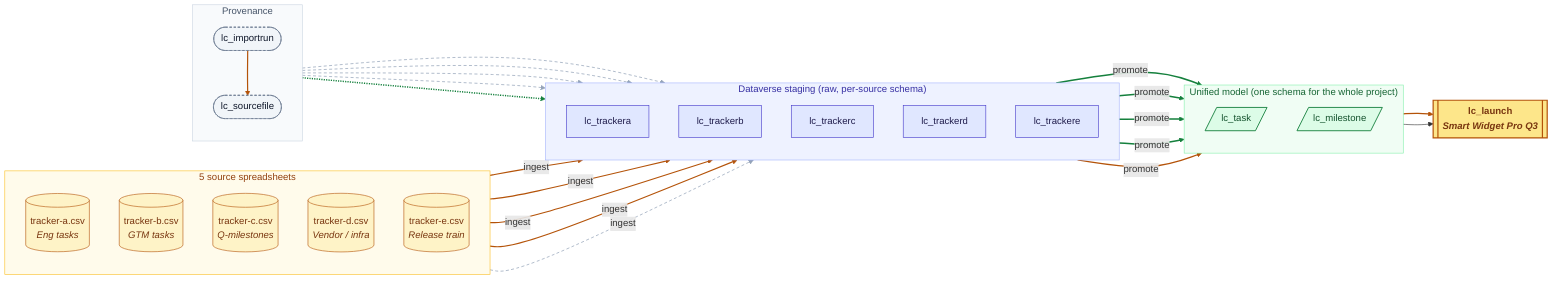
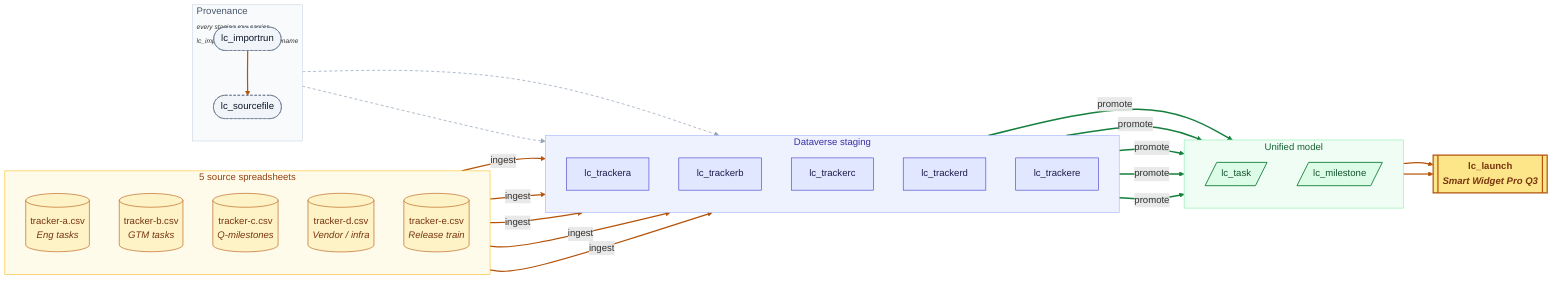
flowchart LR

    %% ---------- CSV sources ----------
    subgraph CSVS["5 source spreadsheets"]
        direction TB
        ca[("tracker-a.csv<br/><i>Eng tasks</i>")]
        cb[("tracker-b.csv<br/><i>GTM tasks</i>")]
        cc[("tracker-c.csv<br/><i>Q-milestones</i>")]
        cd[("tracker-d.csv<br/><i>Vendor / infra</i>")]
        ce[("tracker-e.csv<br/><i>Release train</i>")]
    end

    %% ---------- Staging in Dataverse ----------
-     subgraph STAGING["Dataverse staging (raw, per-source schema)"]
+     subgraph STAGING["Dataverse staging"]
        direction TB
        sa[lc_trackera]
        sb[lc_trackerb]
        sc[lc_trackerc]
        sd[lc_trackerd]
        se[lc_trackere]
    end

-     %% ---------- Provenance ----------
-     subgraph PROV["Provenance"]
-         direction TB
-         ir(["lc_importrun"])
-         sf(["lc_sourcefile"])
-         ir --> sf
-     end
- 
    %% ---------- Unified model ----------
-     subgraph UNIFIED["Unified model (one schema for the whole project)"]
+     subgraph UNIFIED["Unified model"]
        direction TB
        task[/lc_task/]
        ms[/lc_milestone/]
    end

    launch[["lc_launch<br/><i>Smart Widget Pro Q3</i>"]]
+ 
+     %% ---------- Provenance (compact box; one anchor edge, others are conceptual) ----------
+     subgraph PROV["Provenance<br/><span style='font-size:11px;font-style:italic'>every staging row carries<br/>lc_importrunid + lc_sourcefilename</span>"]
+         direction TB
+         ir(["lc_importrun"])
+         sf(["lc_sourcefile"])
+         ir --> sf
+     end

    %% ---------- Flows ----------
    ca -- "ingest" --> sa
    cb -- "ingest" --> sb
    cc -- "ingest" --> sc
    cd -- "ingest" --> sd
    ce -- "ingest" --> se

    ir -.-> sa
-     ir -.-> sb
-     ir -.-> sc
-     ir -.-> sd
    ir -.-> se

    sa == "promote" ==> task
    sb == "promote" ==> task
    sd == "promote" ==> task
    sc == "promote" ==> ms
    se == "promote" ==> ms

    task --> launch
    ms  --> launch

    %% ---------- Styling ----------
    classDef csv     fill:#fef3c7,stroke:#b45309,color:#78350f,stroke-width:1px;
    classDef staging fill:#e0e7ff,stroke:#4338ca,color:#1e1b4b,stroke-width:1px;
    classDef prov    fill:#f1f5f9,stroke:#64748b,color:#0f172a,stroke-width:1px,stroke-dasharray:4 3;
    classDef unified fill:#dcfce7,stroke:#15803d,color:#14532d,stroke-width:1.5px;
    classDef launch  fill:#fde68a,stroke:#b45309,color:#78350f,stroke-width:2px,font-weight:bold;

    class ca,cb,cc,cd,ce csv
    class sa,sb,sc,sd,se staging
    class ir,sf prov
    class task,ms unified
    class launch launch

-     linkStyle 0,1,2,3,4 stroke:#b45309,stroke-width:2px;
-     linkStyle 5,6,7,8,9 stroke:#94a3b8,stroke-width:1.2px,stroke-dasharray:5 4;
-     linkStyle 10,11,12,13,14 stroke:#15803d,stroke-width:2.5px;
-     linkStyle 15,16 stroke:#b45309,stroke-width:2px;
+     linkStyle 0 stroke:#b45309,stroke-width:2px;
+     linkStyle 1,2,3,4,5 stroke:#b45309,stroke-width:2px;
+     linkStyle 6,7 stroke:#94a3b8,stroke-width:1.2px,stroke-dasharray:5 4;
+     linkStyle 8,9,10,11,12 stroke:#15803d,stroke-width:2.5px;
+     linkStyle 13,14 stroke:#b45309,stroke-width:2px;

-     style CSVS     fill:#fffbeb,stroke:#fbbf24,color:#92400e
-     style STAGING  fill:#eef2ff,stroke:#a5b4fc,color:#3730a3
-     style PROV     fill:#f8fafc,stroke:#cbd5e1,color:#475569
-     style UNIFIED  fill:#f0fdf4,stroke:#86efac,color:#166534
+     style CSVS     fill:#fffbeb,stroke:#fbbf24,color:#92400e,padding:20px
+     style STAGING  fill:#eef2ff,stroke:#a5b4fc,color:#3730a3,padding:20px
+     style PROV     fill:#f8fafc,stroke:#cbd5e1,color:#475569,padding:20px
+     style UNIFIED  fill:#f0fdf4,stroke:#86efac,color:#166534,padding:20px
